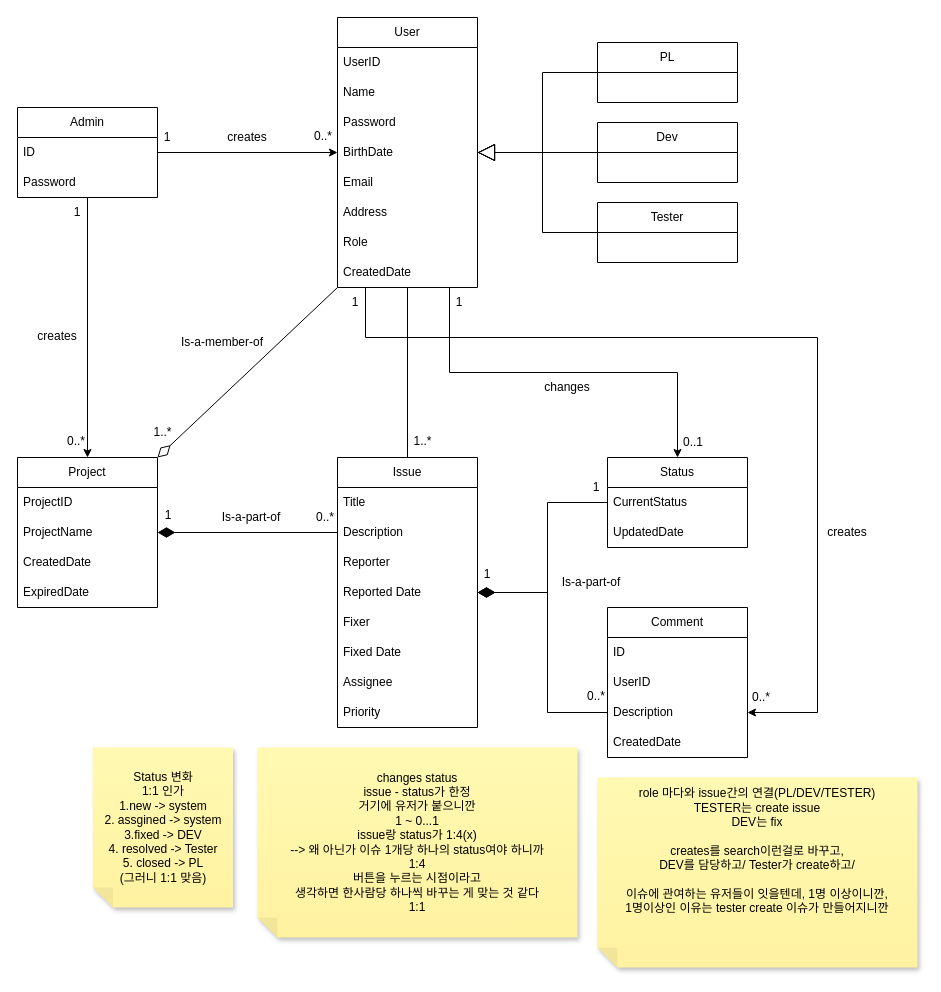
This is 다이어그램 모음집/도메인 모델-2.drawio from LuisYou/Term_Project_19, a draw.io file, before an edit. Source tidied: cells renumbered, new cells numbered last; positions are measured from the earlier drawing's top-left corner, leaving out a move shared by most shapes. Both pictures are drawn from the tidied source at 100%, with x=0, y=0 at pixel (17, 17).
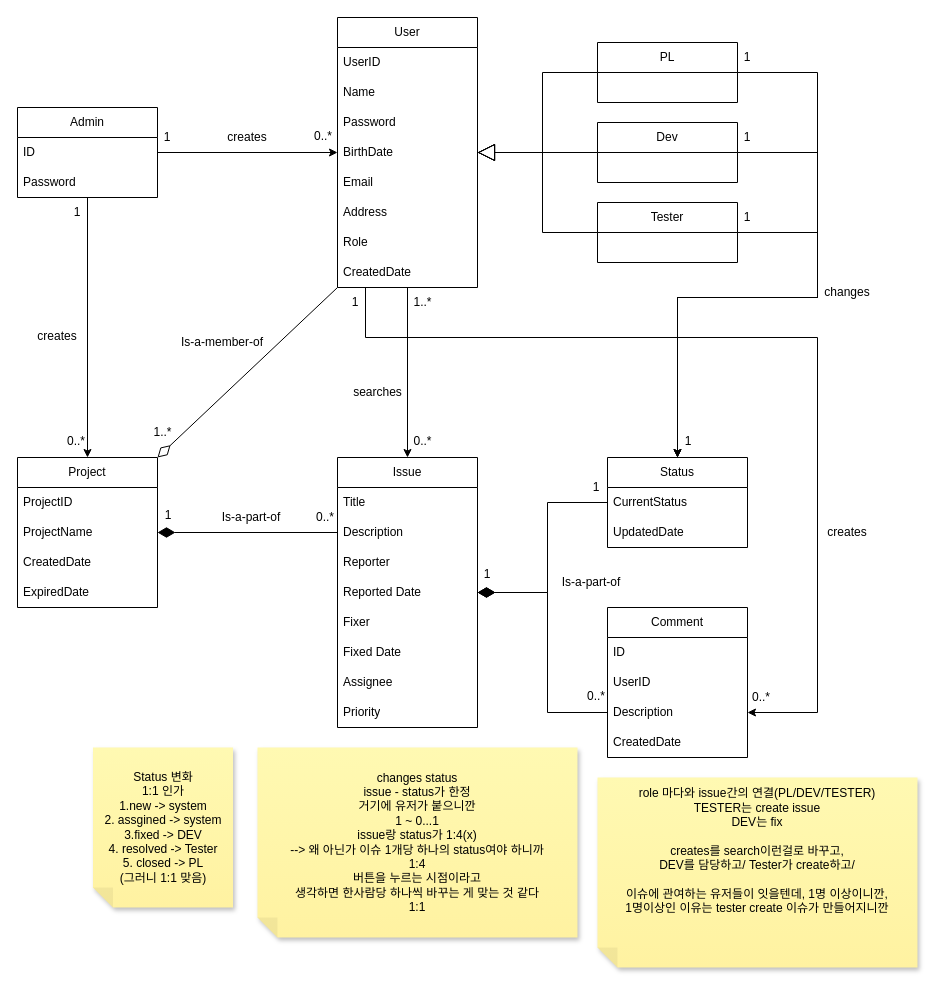
The same diagram, later.

Unchanged cells that the change refers to:
```xml
<mxCell id="10" value="CreatedDate" style="text;strokeColor=none;fillColor=none;align=left;verticalAlign=middle;spacingLeft=4;spacingRight=4;overflow=hidden;points=[[0,0.5],[1,0.5]];portConstraint=eastwest;whiteSpace=wrap;html=1;" parent="2" vertex="1">
  <mxGeometry y="240" width="140" height="30" as="geometry" />
</mxCell>
<mxCell id="12" value="PL" style="swimlane;fontStyle=0;horizontal=1;startSize=30;whiteSpace=wrap;html=1;" parent="1" vertex="1">
  <mxGeometry x="580" y="25" width="140" height="60" as="geometry" />
</mxCell>
<mxCell id="14" value="Dev" style="swimlane;fontStyle=0;horizontal=1;startSize=30;whiteSpace=wrap;html=1;" parent="1" vertex="1">
  <mxGeometry x="580" y="105" width="140" height="60" as="geometry" />
</mxCell>
<mxCell id="16" value="Tester" style="swimlane;fontStyle=0;horizontal=1;startSize=30;whiteSpace=wrap;html=1;" parent="1" vertex="1">
  <mxGeometry x="580" y="185" width="140" height="60" as="geometry" />
</mxCell>
<mxCell id="27" value="Issue" style="swimlane;fontStyle=0;horizontal=1;startSize=30;whiteSpace=wrap;html=1;" parent="1" vertex="1">
  <mxGeometry x="320" y="440" width="140" height="270" as="geometry" />
</mxCell>
<mxCell id="42" value="Status" style="swimlane;fontStyle=0;horizontal=1;startSize=30;whiteSpace=wrap;html=1;" parent="1" vertex="1">
  <mxGeometry x="590" y="440" width="140" height="90" as="geometry" />
</mxCell>
```

Change to the diagram source:
```diff
@@
+    <mxCell id="76" style="edgeStyle=orthogonalEdgeStyle;rounded=0;jettySize=auto;html=1;exitX=1;exitY=0.5;exitDx=0;exitDy=0;entryX=0.5;entryY=0;entryDx=0;entryDy=0;" parent="1" edge="1" source="12" target="42">
+      <mxGeometry relative="1" as="geometry">
+        <Array as="points">
+          <mxPoint x="800" y="55" />
+          <mxPoint x="800" y="280" />
+          <mxPoint x="660" y="280" />
+        </Array>
+      </mxGeometry>
+    </mxCell>
@@
+    <mxCell id="77" style="edgeStyle=orthogonalEdgeStyle;rounded=0;jettySize=auto;html=1;exitX=1;exitY=0.5;exitDx=0;exitDy=0;entryX=0.5;entryY=0;entryDx=0;entryDy=0;" parent="1" edge="1" source="14" target="42">
+      <mxGeometry relative="1" as="geometry">
+        <Array as="points">
+          <mxPoint x="800" y="135" />
+          <mxPoint x="800" y="280" />
+          <mxPoint x="660" y="280" />
+        </Array>
+      </mxGeometry>
+    </mxCell>
@@
+    <mxCell id="78" style="edgeStyle=orthogonalEdgeStyle;rounded=0;jettySize=auto;html=1;exitX=1;exitY=0.5;exitDx=0;exitDy=0;entryX=0.5;entryY=0;entryDx=0;entryDy=0;" parent="1" edge="1" source="16" target="42">
+      <mxGeometry relative="1" as="geometry">
+        <Array as="points">
+          <mxPoint x="800" y="215" />
+          <mxPoint x="800" y="280" />
+          <mxPoint x="660" y="280" />
+        </Array>
+      </mxGeometry>
+    </mxCell>
@@
-    <mxCell id="50" value="1..*" style="text;html=1;align=center;verticalAlign=middle;whiteSpace=wrap;rounded=0;" parent="1" vertex="1">
+    <mxCell id="50" value="0..*" style="text;html=1;align=center;verticalAlign=middle;whiteSpace=wrap;rounded=0;" parent="1" vertex="1">
       <mxGeometry x="391" y="409" width="29" height="30" as="geometry" />
     </mxCell>
@@
-    <mxCell id="52" style="endArrow=none;html=1;rounded=0;entryX=0.8;entryY=1;entryDx=0;entryDy=0;entryPerimeter=0;exitX=0.5;exitY=0;exitDx=0;exitDy=0;edgeStyle=orthogonalEdgeStyle;startArrow=classic;startFill=1;" parent="1" edge="1" source="42" target="10">
-      <mxGeometry relative="1" as="geometry" />
-    </mxCell>
@@
-    <mxCell id="56" value="1" style="text;html=1;align=center;verticalAlign=middle;whiteSpace=wrap;rounded=0;" parent="1" vertex="1">
-      <mxGeometry x="432" y="270" width="20" height="30" as="geometry" />
-    </mxCell>
-    <mxCell id="57" value="0..1" style="text;html=1;align=center;verticalAlign=middle;whiteSpace=wrap;rounded=0;" parent="1" vertex="1">
-      <mxGeometry x="666" y="410" width="20" height="30" as="geometry" />
-    </mxCell>
@@
     <mxCell id="63" value="changes" style="text;html=1;align=center;verticalAlign=middle;whiteSpace=wrap;rounded=0;" parent="1" vertex="1">
-      <mxGeometry x="520" y="355" width="60" height="30" as="geometry" />
+      <mxGeometry x="800" y="260" width="60" height="30" as="geometry" />
     </mxCell>
@@
-    <mxCell id="72" style="endArrow=none;html=1;rounded=0;entryX=0.5;entryY=1;entryDx=0;entryDy=0;entryPerimeter=0;exitX=0.5;exitY=0;exitDx=0;exitDy=0;" parent="1" edge="1" source="27" target="10">
+    <mxCell id="72" style="endArrow=none;html=1;rounded=0;entryX=0.5;entryY=1;entryDx=0;entryDy=0;entryPerimeter=0;exitX=0.5;exitY=0;exitDx=0;exitDy=0;endFill=0;startArrow=classic;startFill=1;" parent="1" edge="1" source="27" target="10">
       <mxGeometry relative="1" as="geometry" />
     </mxCell>
@@
+    <mxCell id="79" value="searches" style="text;html=1;align=center;verticalAlign=middle;whiteSpace=wrap;rounded=0;" parent="1" vertex="1">
+      <mxGeometry x="330" y="360" width="61" height="30" as="geometry" />
+    </mxCell>
+    <mxCell id="80" value="1..*" style="text;html=1;align=center;verticalAlign=middle;whiteSpace=wrap;rounded=0;" parent="1" vertex="1">
+      <mxGeometry x="391" y="270" width="29" height="30" as="geometry" />
+    </mxCell>
+    <mxCell id="81" value="1" style="text;html=1;align=center;verticalAlign=middle;whiteSpace=wrap;rounded=0;" parent="1" vertex="1">
+      <mxGeometry x="720" y="25" width="20" height="30" as="geometry" />
+    </mxCell>
+    <mxCell id="82" value="1" style="text;html=1;align=center;verticalAlign=middle;whiteSpace=wrap;rounded=0;" parent="1" vertex="1">
+      <mxGeometry x="720" y="105" width="20" height="30" as="geometry" />
+    </mxCell>
+    <mxCell id="83" value="1" style="text;html=1;align=center;verticalAlign=middle;whiteSpace=wrap;rounded=0;" parent="1" vertex="1">
+      <mxGeometry x="720" y="185" width="20" height="30" as="geometry" />
+    </mxCell>
+    <mxCell id="84" value="1" style="text;html=1;align=center;verticalAlign=middle;whiteSpace=wrap;rounded=0;" parent="1" vertex="1">
+      <mxGeometry x="661" y="409" width="20" height="30" as="geometry" />
+    </mxCell>
```
